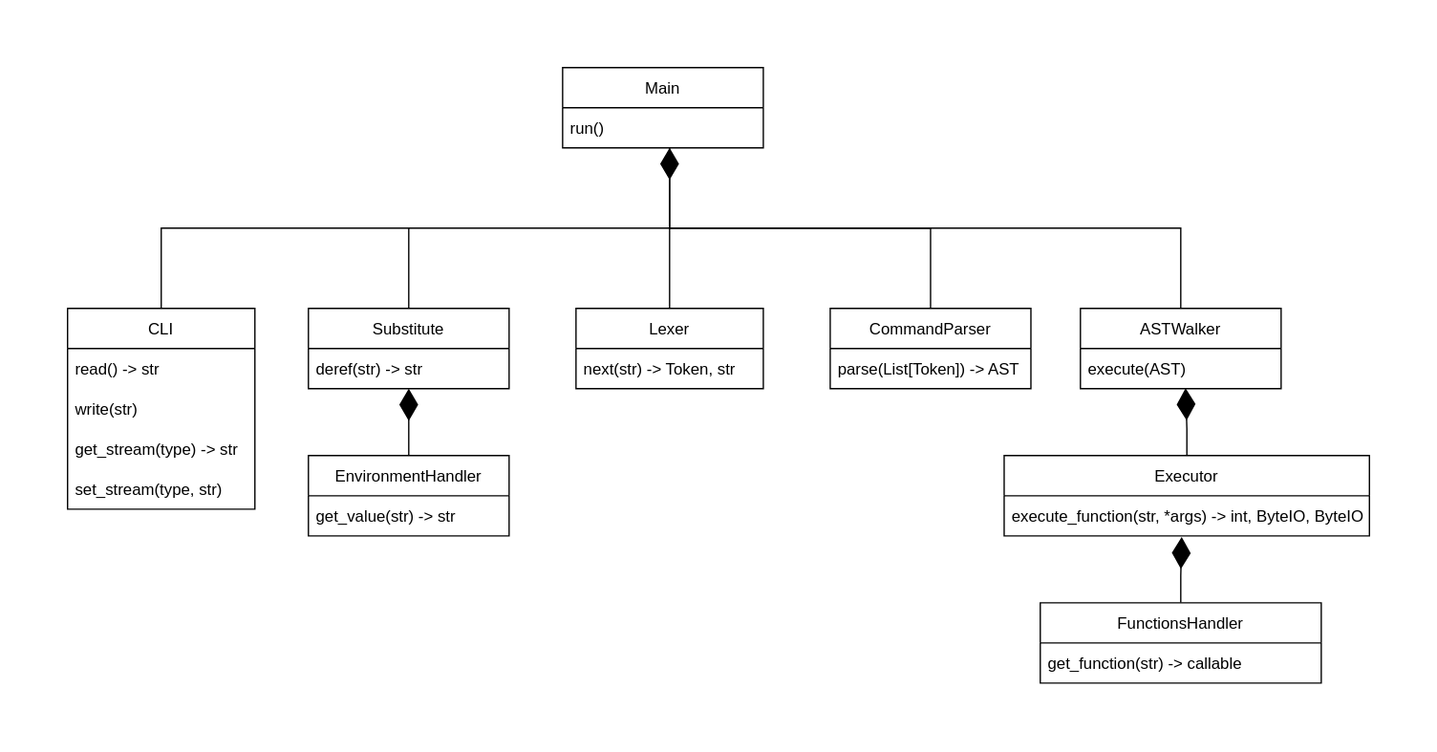
This is Diagram.svg from vladnosiv/sd-hse-2022, a draw.io export, as it was before one commit. Source tidied: cells renumbered, new cells last; positions are measured from the earlier drawing's top-left corner, leaving out a move shared by most shapes. The source it was exported from:
```xml
<mxGraphModel>
  <root>
    <mxCell id="0" />
    <mxCell id="1" parent="0" />
    <mxCell id="2" style="edgeStyle=orthogonalEdgeStyle;rounded=0;jettySize=auto;html=1;entryX=0.533;entryY=1;entryDx=0;entryDy=0;entryPerimeter=0;endArrow=none;endFill=0;endSize=21;strokeWidth=1;" parent="1" edge="1" source="3" target="27">
      <mxGeometry relative="1" as="geometry" />
    </mxCell>
    <mxCell id="3" value="CLI" style="swimlane;fontStyle=0;horizontal=1;startSize=30;" parent="1" vertex="1">
      <mxGeometry y="180" width="140" height="150" as="geometry" />
    </mxCell>
    <mxCell id="4" value="read() -&gt; str" style="text;strokeColor=none;fillColor=none;align=left;verticalAlign=middle;spacingLeft=4;spacingRight=4;overflow=hidden;" parent="3" vertex="1">
      <mxGeometry y="30" width="140" height="30" as="geometry" />
    </mxCell>
    <mxCell id="5" value="write(str)" style="text;strokeColor=none;fillColor=none;align=left;verticalAlign=middle;spacingLeft=4;spacingRight=4;overflow=hidden;" parent="3" vertex="1">
      <mxGeometry y="60" width="140" height="30" as="geometry" />
    </mxCell>
    <mxCell id="6" value="get_stream(type) -&gt; str" style="text;strokeColor=none;fillColor=none;align=left;verticalAlign=middle;spacingLeft=4;spacingRight=4;overflow=hidden;" parent="3" vertex="1">
      <mxGeometry y="90" width="140" height="30" as="geometry" />
    </mxCell>
    <mxCell id="7" value="set_stream(type, str)" style="text;strokeColor=none;fillColor=none;align=left;verticalAlign=middle;spacingLeft=4;spacingRight=4;overflow=hidden;" parent="3" vertex="1">
      <mxGeometry y="120" width="140" height="30" as="geometry" />
    </mxCell>
    <mxCell id="8" style="edgeStyle=orthogonalEdgeStyle;rounded=0;jettySize=auto;html=1;entryX=0.533;entryY=1;entryDx=0;entryDy=0;entryPerimeter=0;endArrow=diamondThin;endFill=1;strokeWidth=1;endSize=21;" parent="1" edge="1" source="9" target="27">
      <mxGeometry relative="1" as="geometry" />
    </mxCell>
    <mxCell id="9" value="Lexer" style="swimlane;fontStyle=0;horizontal=1;startSize=30;" parent="1" vertex="1">
      <mxGeometry x="380" y="180" width="140" height="60" as="geometry" />
    </mxCell>
    <mxCell id="10" value="next(str) -&gt; Token, str" style="text;strokeColor=none;fillColor=none;align=left;verticalAlign=middle;spacingLeft=4;spacingRight=4;overflow=hidden;" parent="9" vertex="1">
      <mxGeometry y="30" width="140" height="30" as="geometry" />
    </mxCell>
    <mxCell id="11" style="edgeStyle=orthogonalEdgeStyle;rounded=0;jettySize=auto;html=1;endArrow=none;endFill=0;endSize=21;strokeWidth=1;" parent="1" edge="1" source="12">
      <mxGeometry relative="1" as="geometry">
        <mxPoint x="450" y="120" as="targetPoint" />
        <Array as="points">
          <mxPoint x="645" y="120" />
        </Array>
      </mxGeometry>
    </mxCell>
    <mxCell id="12" value="CommandParser" style="swimlane;fontStyle=0;horizontal=1;startSize=30;" parent="1" vertex="1">
      <mxGeometry x="570" y="180" width="150" height="60" as="geometry" />
    </mxCell>
    <mxCell id="13" value="parse(List[Token]) -&gt; AST" style="text;strokeColor=none;fillColor=none;align=left;verticalAlign=middle;spacingLeft=4;spacingRight=4;overflow=hidden;" parent="12" vertex="1">
      <mxGeometry y="30" width="150" height="30" as="geometry" />
    </mxCell>
    <mxCell id="14" style="edgeStyle=orthogonalEdgeStyle;rounded=0;jettySize=auto;html=1;entryX=0.5;entryY=1;entryDx=0;entryDy=0;entryPerimeter=0;endArrow=diamondThin;endFill=1;endSize=21;strokeWidth=1;" parent="1" edge="1" source="15" target="22">
      <mxGeometry relative="1" as="geometry" />
    </mxCell>
    <mxCell id="15" value="EnvironmentHandler" style="swimlane;fontStyle=0;horizontal=1;startSize=30;" parent="1" vertex="1">
      <mxGeometry x="180" y="290" width="150" height="60" as="geometry" />
    </mxCell>
    <mxCell id="16" value="get_value(str) -&gt; str" style="text;strokeColor=none;fillColor=none;align=left;verticalAlign=middle;spacingLeft=4;spacingRight=4;overflow=hidden;" parent="15" vertex="1">
      <mxGeometry y="30" width="150" height="30" as="geometry" />
    </mxCell>
    <mxCell id="17" style="edgeStyle=orthogonalEdgeStyle;rounded=0;jettySize=auto;html=1;entryX=0.524;entryY=0.989;entryDx=0;entryDy=0;entryPerimeter=0;endArrow=diamondThin;endFill=1;endSize=21;strokeWidth=1;" parent="1" edge="1" source="18" target="25">
      <mxGeometry relative="1" as="geometry" />
    </mxCell>
    <mxCell id="18" value="Executor" style="swimlane;fontStyle=0;horizontal=1;startSize=30;" parent="1" vertex="1">
      <mxGeometry x="700" y="290" width="273" height="60" as="geometry" />
    </mxCell>
    <mxCell id="19" value="execute_function(str, *args) -&gt; int, ByteIO, ByteIO" style="text;strokeColor=none;fillColor=none;align=left;verticalAlign=middle;spacingLeft=4;spacingRight=4;overflow=hidden;points=[[0,0.5],[1,0.5]];portConstraint=eastwest;" parent="18" vertex="1">
      <mxGeometry y="30" width="273" height="30" as="geometry" />
    </mxCell>
    <mxCell id="20" style="edgeStyle=orthogonalEdgeStyle;rounded=0;jettySize=auto;html=1;endArrow=none;endFill=0;endSize=21;strokeWidth=1;" parent="1" edge="1" source="21">
      <mxGeometry relative="1" as="geometry">
        <mxPoint x="255" y="120" as="targetPoint" />
      </mxGeometry>
    </mxCell>
    <mxCell id="21" value="Substitute" style="swimlane;fontStyle=0;horizontal=1;startSize=30;" parent="1" vertex="1">
      <mxGeometry x="180" y="180" width="150" height="60" as="geometry" />
    </mxCell>
    <mxCell id="22" value="deref(str) -&gt; str" style="text;strokeColor=none;fillColor=none;align=left;verticalAlign=middle;spacingLeft=4;spacingRight=4;overflow=hidden;points=[[0,0.5],[1,0.5]];portConstraint=eastwest;" parent="21" vertex="1">
      <mxGeometry y="30" width="150" height="30" as="geometry" />
    </mxCell>
    <mxCell id="23" style="edgeStyle=orthogonalEdgeStyle;rounded=0;jettySize=auto;html=1;endArrow=none;endFill=0;endSize=21;strokeWidth=1;" parent="1" edge="1" source="24">
      <mxGeometry relative="1" as="geometry">
        <mxPoint x="450" y="120" as="targetPoint" />
        <Array as="points">
          <mxPoint x="832" y="120" />
        </Array>
      </mxGeometry>
    </mxCell>
    <mxCell id="24" value="ASTWalker" style="swimlane;fontStyle=0;horizontal=1;startSize=30;" parent="1" vertex="1">
      <mxGeometry x="757" y="180" width="150" height="60" as="geometry" />
    </mxCell>
    <mxCell id="25" value="execute(AST) " style="text;strokeColor=none;fillColor=none;align=left;verticalAlign=middle;spacingLeft=4;spacingRight=4;overflow=hidden;points=[[0,0.5],[1,0.5]];portConstraint=eastwest;" parent="24" vertex="1">
      <mxGeometry y="30" width="150" height="30" as="geometry" />
    </mxCell>
    <mxCell id="26" value="Main" style="swimlane;fontStyle=0;horizontal=1;startSize=30;" parent="1" vertex="1">
      <mxGeometry x="370" width="150" height="60" as="geometry" />
    </mxCell>
    <mxCell id="27" value="run()" style="text;strokeColor=none;fillColor=none;align=left;verticalAlign=middle;spacingLeft=4;spacingRight=4;overflow=hidden;points=[[0,0.5],[1,0.5]];portConstraint=eastwest;" parent="26" vertex="1">
      <mxGeometry y="30" width="150" height="30" as="geometry" />
    </mxCell>
    <mxCell id="28" style="edgeStyle=orthogonalEdgeStyle;rounded=0;jettySize=auto;html=1;endArrow=diamondThin;endFill=1;endSize=21;strokeWidth=1;entryX=0.486;entryY=1.026;entryDx=0;entryDy=0;entryPerimeter=0;" parent="1" edge="1" source="29" target="19">
      <mxGeometry relative="1" as="geometry" />
    </mxCell>
    <mxCell id="29" value="FunctionsHandler" style="swimlane;fontStyle=0;horizontal=1;startSize=30;" parent="1" vertex="1">
      <mxGeometry x="727" y="400" width="210" height="60" as="geometry" />
    </mxCell>
    <mxCell id="30" value="get_function(str) -&gt; callable" style="text;strokeColor=none;fillColor=none;align=left;verticalAlign=middle;spacingLeft=4;spacingRight=4;overflow=hidden;" parent="29" vertex="1">
      <mxGeometry y="30" width="210" height="30" as="geometry" />
    </mxCell>
  </root>
</mxGraphModel>
```
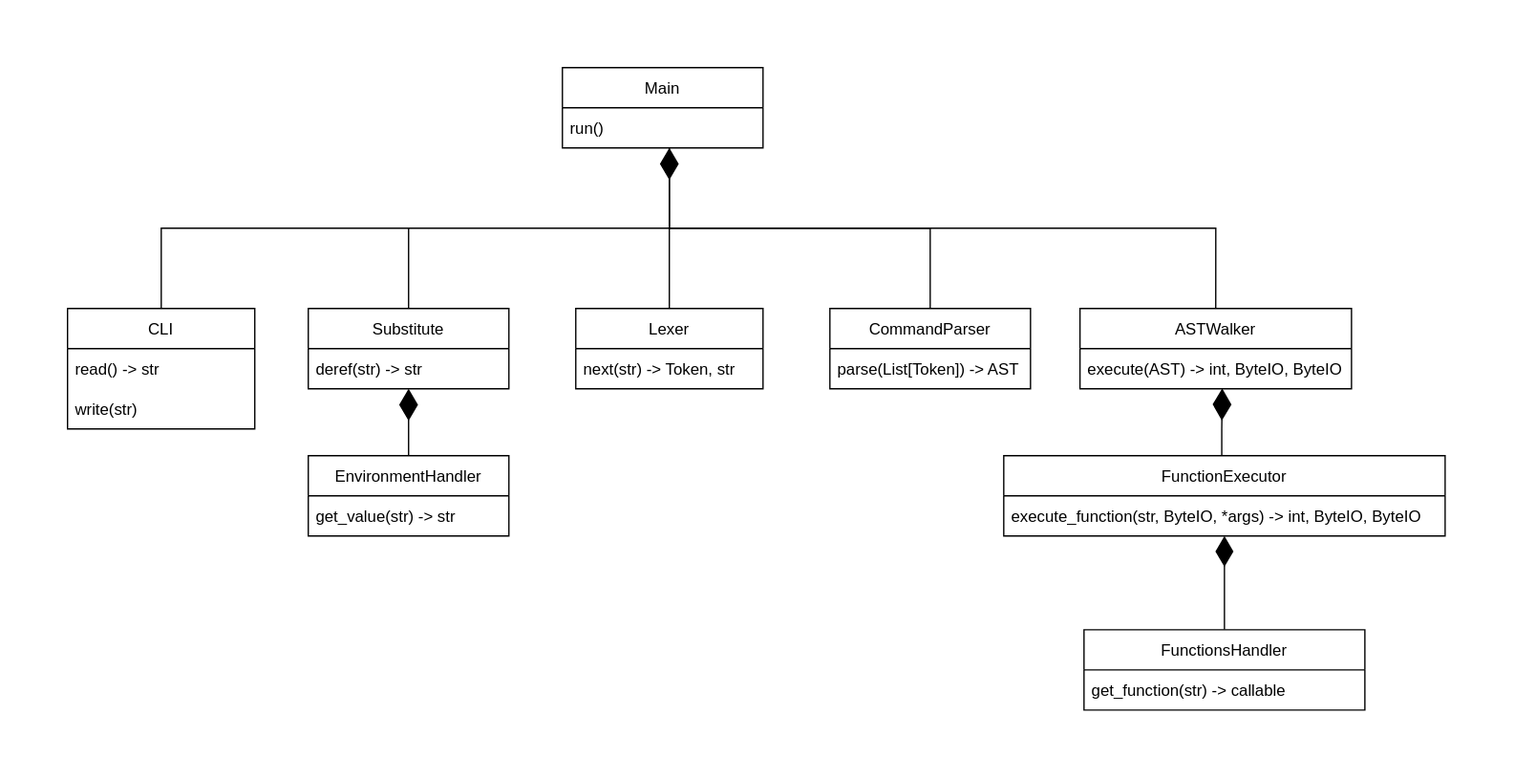
Later version of the same file.

Diff of the diagram source:
```diff
@@ -6,7 +6,7 @@
       <mxGeometry relative="1" as="geometry" />
     </mxCell>
     <mxCell id="3" value="CLI" style="swimlane;fontStyle=0;horizontal=1;startSize=30;" parent="1" vertex="1">
-      <mxGeometry y="180" width="140" height="150" as="geometry" />
+      <mxGeometry y="180" width="140" height="90" as="geometry" />
     </mxCell>
     <mxCell id="4" value="read() -&gt; str" style="text;strokeColor=none;fillColor=none;align=left;verticalAlign=middle;spacingLeft=4;spacingRight=4;overflow=hidden;" parent="3" vertex="1">
       <mxGeometry y="30" width="140" height="30" as="geometry" />
@@ -14,12 +14,6 @@
     <mxCell id="5" value="write(str)" style="text;strokeColor=none;fillColor=none;align=left;verticalAlign=middle;spacingLeft=4;spacingRight=4;overflow=hidden;" parent="3" vertex="1">
       <mxGeometry y="60" width="140" height="30" as="geometry" />
     </mxCell>
-    <mxCell id="6" value="get_stream(type) -&gt; str" style="text;strokeColor=none;fillColor=none;align=left;verticalAlign=middle;spacingLeft=4;spacingRight=4;overflow=hidden;" parent="3" vertex="1">
-      <mxGeometry y="90" width="140" height="30" as="geometry" />
-    </mxCell>
-    <mxCell id="7" value="set_stream(type, str)" style="text;strokeColor=none;fillColor=none;align=left;verticalAlign=middle;spacingLeft=4;spacingRight=4;overflow=hidden;" parent="3" vertex="1">
-      <mxGeometry y="120" width="140" height="30" as="geometry" />
-    </mxCell>
     <mxCell id="8" style="edgeStyle=orthogonalEdgeStyle;rounded=0;jettySize=auto;html=1;entryX=0.533;entryY=1;entryDx=0;entryDy=0;entryPerimeter=0;endArrow=diamondThin;endFill=1;strokeWidth=1;endSize=21;" parent="1" edge="1" source="9" target="27">
       <mxGeometry relative="1" as="geometry" />
     </mxCell>
@@ -53,13 +47,18 @@
       <mxGeometry y="30" width="150" height="30" as="geometry" />
     </mxCell>
     <mxCell id="17" style="edgeStyle=orthogonalEdgeStyle;rounded=0;jettySize=auto;html=1;entryX=0.524;entryY=0.989;entryDx=0;entryDy=0;entryPerimeter=0;endArrow=diamondThin;endFill=1;endSize=21;strokeWidth=1;" parent="1" edge="1" source="18" target="25">
-      <mxGeometry relative="1" as="geometry" />
+      <mxGeometry relative="1" as="geometry">
+        <Array as="points">
+          <mxPoint x="863" y="270" />
+          <mxPoint x="863" y="270" />
+        </Array>
+      </mxGeometry>
     </mxCell>
-    <mxCell id="18" value="Executor" style="swimlane;fontStyle=0;horizontal=1;startSize=30;" parent="1" vertex="1">
-      <mxGeometry x="700" y="290" width="273" height="60" as="geometry" />
+    <mxCell id="18" value="FunctionExecutor" style="swimlane;fontStyle=0;horizontal=1;startSize=30;" parent="1" vertex="1">
+      <mxGeometry x="700" y="290" width="330" height="60" as="geometry" />
     </mxCell>
-    <mxCell id="19" value="execute_function(str, *args) -&gt; int, ByteIO, ByteIO" style="text;strokeColor=none;fillColor=none;align=left;verticalAlign=middle;spacingLeft=4;spacingRight=4;overflow=hidden;points=[[0,0.5],[1,0.5]];portConstraint=eastwest;" parent="18" vertex="1">
-      <mxGeometry y="30" width="273" height="30" as="geometry" />
+    <mxCell id="19" value="execute_function(str, ByteIO, *args) -&gt; int, ByteIO, ByteIO" style="text;strokeColor=none;fillColor=none;align=left;verticalAlign=middle;spacingLeft=4;spacingRight=4;overflow=hidden;points=[[0,0.5],[1,0.5]];portConstraint=eastwest;" parent="18" vertex="1">
+      <mxGeometry y="30" width="330" height="30" as="geometry" />
     </mxCell>
     <mxCell id="20" style="edgeStyle=orthogonalEdgeStyle;rounded=0;jettySize=auto;html=1;endArrow=none;endFill=0;endSize=21;strokeWidth=1;" parent="1" edge="1" source="21">
       <mxGeometry relative="1" as="geometry">
@@ -72,19 +71,19 @@
     <mxCell id="22" value="deref(str) -&gt; str" style="text;strokeColor=none;fillColor=none;align=left;verticalAlign=middle;spacingLeft=4;spacingRight=4;overflow=hidden;points=[[0,0.5],[1,0.5]];portConstraint=eastwest;" parent="21" vertex="1">
       <mxGeometry y="30" width="150" height="30" as="geometry" />
     </mxCell>
-    <mxCell id="23" style="edgeStyle=orthogonalEdgeStyle;rounded=0;jettySize=auto;html=1;endArrow=none;endFill=0;endSize=21;strokeWidth=1;" parent="1" edge="1" source="24">
+    <mxCell id="23" style="edgeStyle=orthogonalEdgeStyle;rounded=0;jettySize=auto;html=1;endArrow=none;endFill=0;endSize=21;strokeWidth=1;exitX=0.5;exitY=0;exitDx=0;exitDy=0;" parent="1" edge="1" source="24">
       <mxGeometry relative="1" as="geometry">
         <mxPoint x="450" y="120" as="targetPoint" />
         <Array as="points">
-          <mxPoint x="832" y="120" />
+          <mxPoint x="859" y="120" />
         </Array>
       </mxGeometry>
     </mxCell>
     <mxCell id="24" value="ASTWalker" style="swimlane;fontStyle=0;horizontal=1;startSize=30;" parent="1" vertex="1">
-      <mxGeometry x="757" y="180" width="150" height="60" as="geometry" />
+      <mxGeometry x="757" y="180" width="203" height="60" as="geometry" />
     </mxCell>
-    <mxCell id="25" value="execute(AST) " style="text;strokeColor=none;fillColor=none;align=left;verticalAlign=middle;spacingLeft=4;spacingRight=4;overflow=hidden;points=[[0,0.5],[1,0.5]];portConstraint=eastwest;" parent="24" vertex="1">
-      <mxGeometry y="30" width="150" height="30" as="geometry" />
+    <mxCell id="25" value="execute(AST) -&gt; int, ByteIO, ByteIO" style="text;strokeColor=none;fillColor=none;align=left;verticalAlign=middle;spacingLeft=4;spacingRight=4;overflow=hidden;points=[[0,0.5],[1,0.5]];portConstraint=eastwest;" parent="24" vertex="1">
+      <mxGeometry y="30" width="203" height="30" as="geometry" />
     </mxCell>
     <mxCell id="26" value="Main" style="swimlane;fontStyle=0;horizontal=1;startSize=30;" parent="1" vertex="1">
       <mxGeometry x="370" width="150" height="60" as="geometry" />
@@ -92,11 +91,11 @@
     <mxCell id="27" value="run()" style="text;strokeColor=none;fillColor=none;align=left;verticalAlign=middle;spacingLeft=4;spacingRight=4;overflow=hidden;points=[[0,0.5],[1,0.5]];portConstraint=eastwest;" parent="26" vertex="1">
       <mxGeometry y="30" width="150" height="30" as="geometry" />
     </mxCell>
-    <mxCell id="28" style="edgeStyle=orthogonalEdgeStyle;rounded=0;jettySize=auto;html=1;endArrow=diamondThin;endFill=1;endSize=21;strokeWidth=1;entryX=0.486;entryY=1.026;entryDx=0;entryDy=0;entryPerimeter=0;" parent="1" edge="1" source="29" target="19">
+    <mxCell id="28" style="edgeStyle=orthogonalEdgeStyle;rounded=0;jettySize=auto;html=1;entryX=0.5;entryY=1;entryDx=0;entryDy=0;entryPerimeter=0;endArrow=diamondThin;endFill=1;endSize=20;" parent="1" edge="1" source="29" target="19">
       <mxGeometry relative="1" as="geometry" />
     </mxCell>
     <mxCell id="29" value="FunctionsHandler" style="swimlane;fontStyle=0;horizontal=1;startSize=30;" parent="1" vertex="1">
-      <mxGeometry x="727" y="400" width="210" height="60" as="geometry" />
+      <mxGeometry x="760" y="420" width="210" height="60" as="geometry" />
     </mxCell>
     <mxCell id="30" value="get_function(str) -&gt; callable" style="text;strokeColor=none;fillColor=none;align=left;verticalAlign=middle;spacingLeft=4;spacingRight=4;overflow=hidden;" parent="29" vertex="1">
       <mxGeometry y="30" width="210" height="30" as="geometry" />
```
